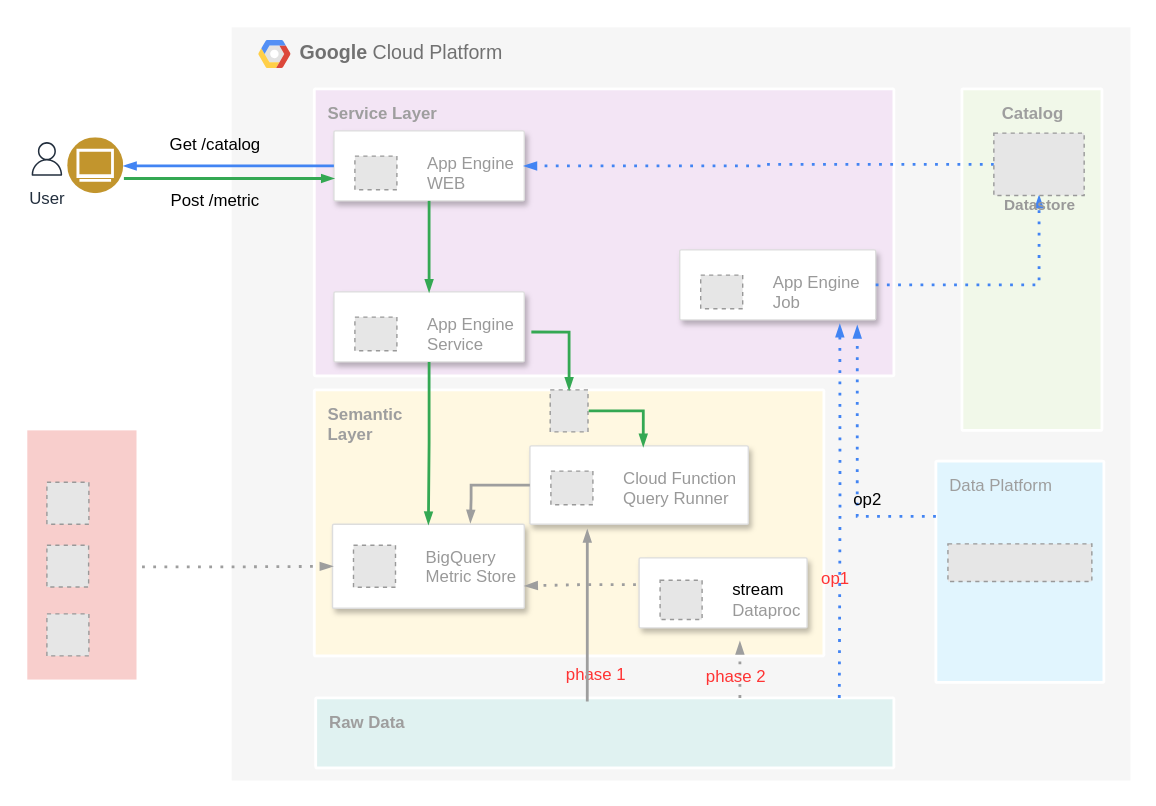
yiben-zhengjing/CloudStudy keeps this draw.io diagram as Azure/Untitled Diagram.drawio. Above is the earlier version. Source tidied: cells renumbered, new cells numbered last; positions are measured from the earlier drawing's top-left corner, leaving out a move shared by most shapes. Both pictures are drawn from the tidied source at 140%, with x=0, y=0 at pixel (25, 25). Pictures stored in the file or linked from it are replaced by grey dashed boxes.
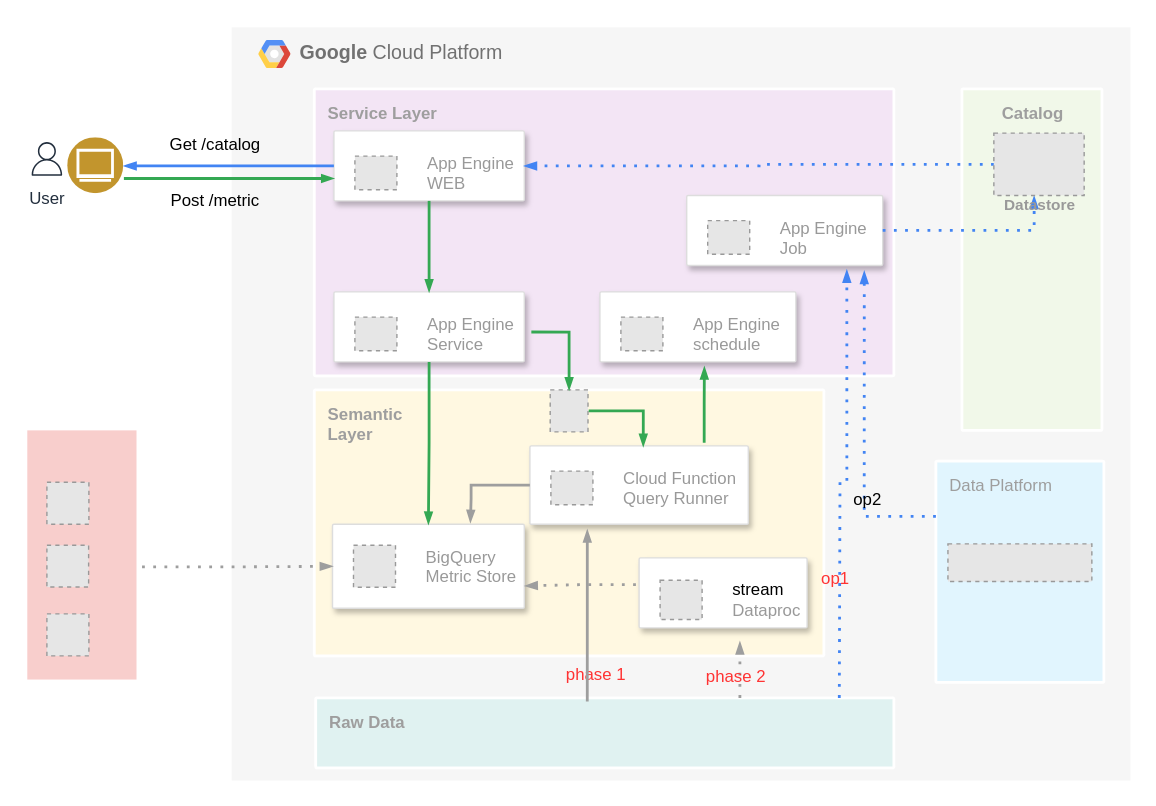
After the change.

The change refers to these unchanged cells:
```xml
<mxCell id="18" value="Datastore" style="fillColor=#E6E6E6;strokeColor=#999999;dashed=1;html=1;verticalAlign=top;labelPosition=center;verticalLabelPosition=bottom;align=center;spacingTop=-6;fontSize=11;fontStyle=1;fontColor=#999999;labelBackgroundColor=none;" parent="1" vertex="1">
  <mxGeometry x="691.4" y="76.6" width="64.5" height="44.5" as="geometry" />
</mxCell>
<mxCell id="21" style="strokeColor=#dddddd;shadow=1;strokeWidth=1;rounded=1;absoluteArcSize=1;arcSize=2;labelBackgroundColor=none;fontColor=none;" parent="1" vertex="1">
  <mxGeometry x="360" y="300" width="156" height="56" as="geometry" />
</mxCell>
```

The edit, as a diff of the source:
```diff
@@
     <mxCell id="14" style="strokeColor=#dddddd;shadow=1;strokeWidth=1;rounded=1;absoluteArcSize=1;arcSize=2;labelBackgroundColor=none;fontColor=none;" parent="1" vertex="1">
-      <mxGeometry x="467" y="160" width="140" height="50" as="geometry" />
+      <mxGeometry x="472" y="121.1" width="140" height="50" as="geometry" />
     </mxCell>
@@
-    <mxCell id="17" style="edgeStyle=orthogonalEdgeStyle;fontSize=12;html=1;endArrow=blockThin;endFill=1;rounded=0;strokeWidth=2;endSize=4;startSize=4;dashed=1;dashPattern=1 3;strokeColor=#4284F3;fontColor=none;exitX=1;exitY=0.5;exitDx=0;exitDy=0;" parent="1" edge="1" source="14" target="18">
+    <mxCell id="17" style="edgeStyle=orthogonalEdgeStyle;fontSize=12;html=1;endArrow=blockThin;endFill=1;rounded=0;strokeWidth=2;endSize=4;startSize=4;dashed=1;dashPattern=1 3;strokeColor=#4284F3;fontColor=none;exitX=1;exitY=0.5;exitDx=0;exitDy=0;entryX=0.446;entryY=1.015;entryDx=0;entryDy=0;entryPerimeter=0;" parent="1" edge="1" source="14" target="18">
       <mxGeometry relative="1" as="geometry" />
     </mxCell>
@@
+    <mxCell id="51" style="strokeColor=#dddddd;shadow=1;strokeWidth=1;rounded=1;absoluteArcSize=1;arcSize=2;labelBackgroundColor=none;fontColor=none;" parent="1" vertex="1">
+      <mxGeometry x="410" y="190" width="140" height="50" as="geometry" />
+    </mxCell>
+    <mxCell id="52" value="App Engine&#10;schedule" style="fillColor=#E6E6E6;strokeColor=#999999;dashed=1;fontColor=#999999;verticalLabelPosition=middle;labelBackgroundColor=#ffffff;verticalAlign=middle;labelPosition=right;align=left;spacingLeft=20;" parent="51" vertex="1">
+      <mxGeometry width="30" height="24" relative="1" as="geometry">
+        <mxPoint x="15" y="18" as="offset" />
+      </mxGeometry>
+    </mxCell>
+    <mxCell id="53" style="edgeStyle=orthogonalEdgeStyle;fontSize=12;html=1;endArrow=blockThin;endFill=1;rounded=0;strokeWidth=2;endSize=4;startSize=4;strokeColor=#34A853;dashed=0;fontColor=#FF3333;exitX=0.798;exitY=-0.04;exitDx=0;exitDy=0;exitPerimeter=0;entryX=0.533;entryY=1.071;entryDx=0;entryDy=0;entryPerimeter=0;" parent="1" edge="1" source="21" target="51">
+      <mxGeometry relative="1" as="geometry" />
+    </mxCell>
```
